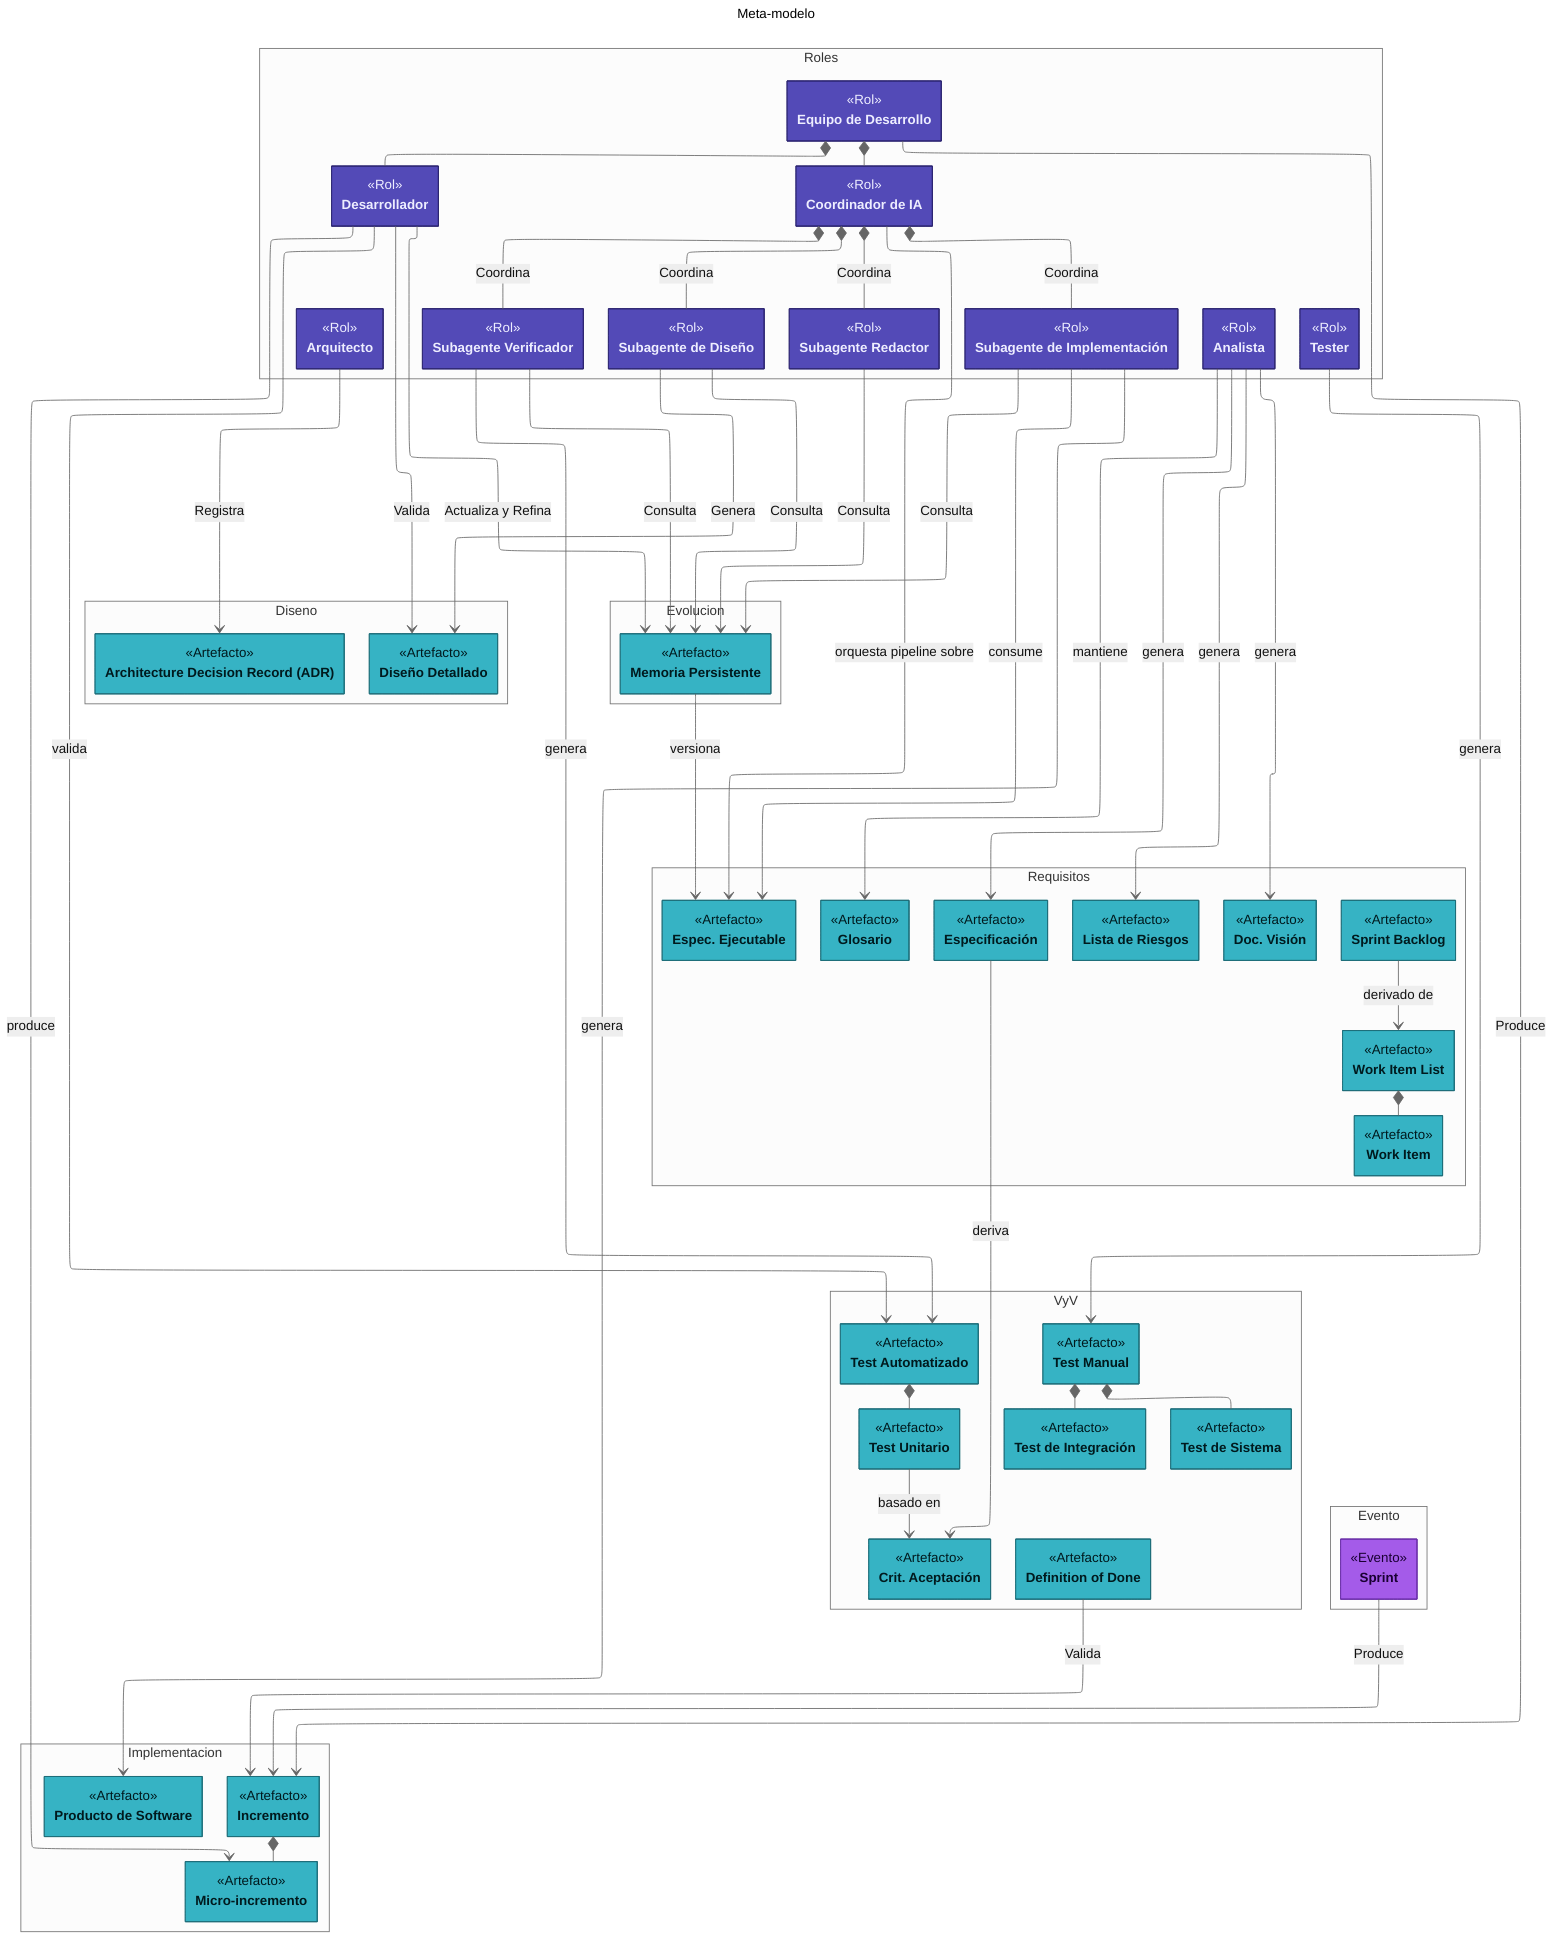
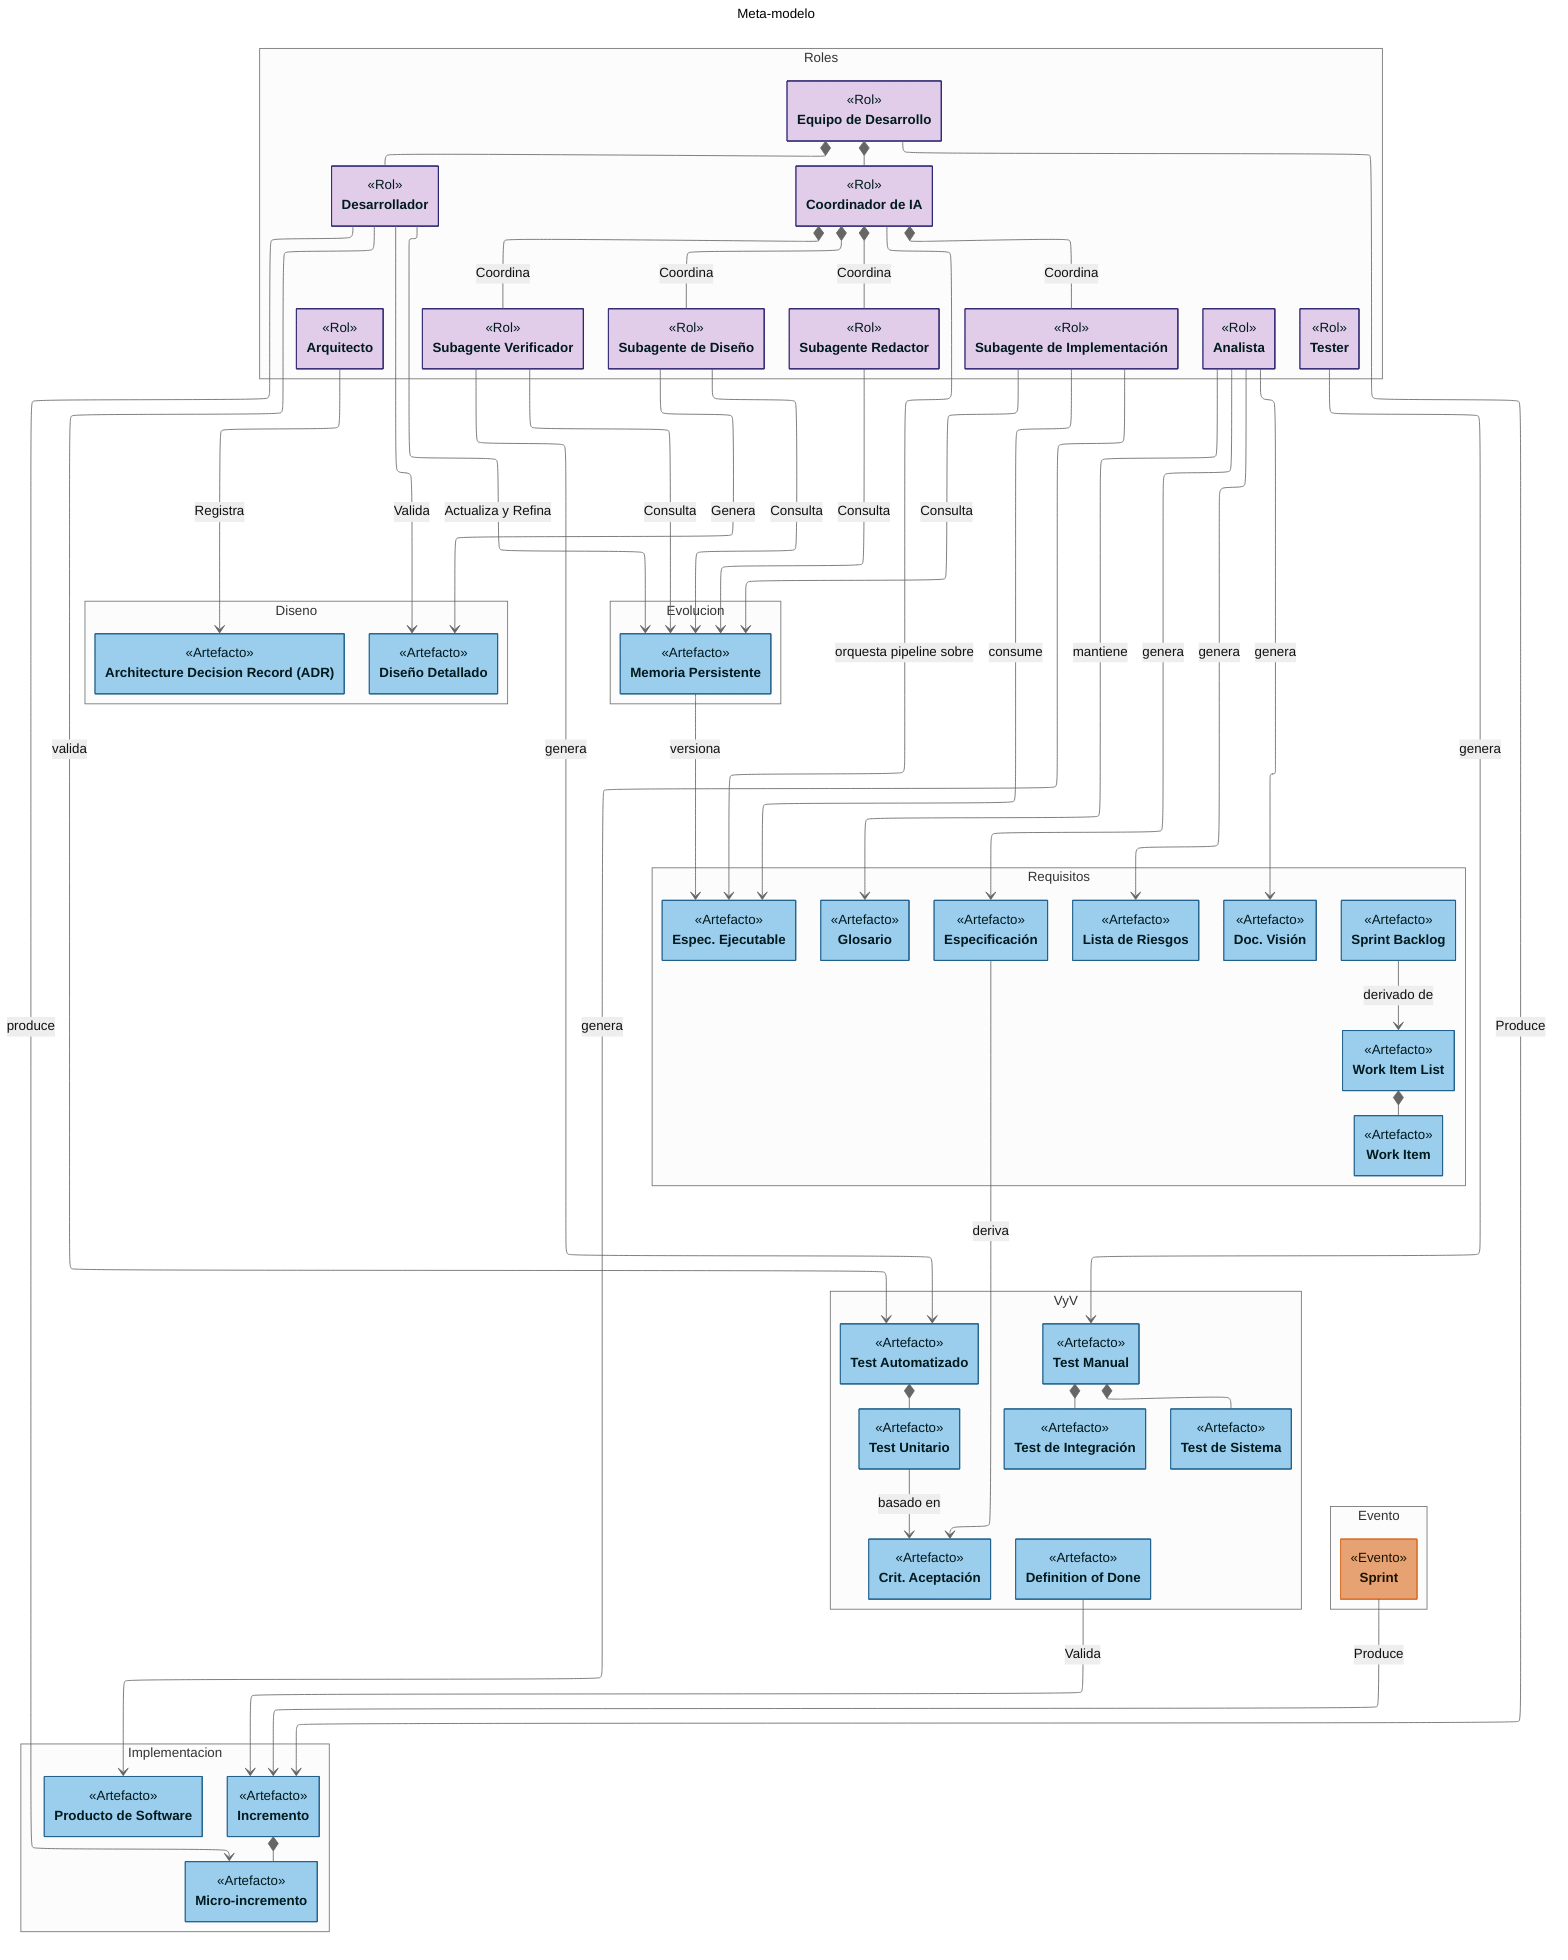
---
config:
    layout: elk
    class:
        hideEmptyMembersBox: true
    theme: neutral
title: Meta-modelo
---
classDiagram

namespace Roles {
    class Arquitecto["Arquitecto"]:::rol {
        <<Rol>>
    }

    class SubDis["Subagente de Diseño"]:::rol {
        <<Rol>>
    }

    class SubVer["Subagente Verificador"]:::rol {
        <<Rol>>
    }

    class SubImp["Subagente de Implementación"]:::rol {
        <<Rol>>
    }

    class SubRed["Subagente Redactor"]:::rol {
        <<Rol>>
    }

    class CoordinadorIA["Coordinador de IA"]:::rol {
        <<Rol>>
    }

    class Analista["Analista"]:::rol {
        <<Rol>>
    }

    class Desarrollador["Desarrollador"]:::rol {
        <<Rol>>
    }

    class Tester["Tester"]:::rol {
        <<Rol>>
    }

    class EquipoDesarrollo["Equipo de Desarrollo"]:::rol {
        <<Rol>>
    }
}

EquipoDesarrollo *-- Desarrollador
EquipoDesarrollo *-- CoordinadorIA
CoordinadorIA *-- SubVer : Coordina
CoordinadorIA *-- SubDis : Coordina
CoordinadorIA *-- SubImp : Coordina
CoordinadorIA *-- SubRed : Coordina

namespace Diseno {
    class ADR["Architecture Decision Record (ADR)"]:::artefacto {
        <<Artefacto>>
    }
    class DisenoDetallado["Diseño Detallado"]:::artefacto {
        <<Artefacto>>
    }
}

namespace Evolucion {
    class MemoriaPersistente["Memoria Persistente"]:::artefacto {
        <<Artefacto>>
    }
}

namespace Requisitos {
    class Glosario["Glosario"]:::artefacto {
        <<Artefacto>>
    }
    class ListaRiesgos["Lista de Riesgos"]:::artefacto {
        <<Artefacto>>
    }
    class DocVision["Doc. Visión"]:::artefacto {
        <<Artefacto>>
    }
    class EspecEjecutable["Espec. Ejecutable"]:::artefacto {
        <<Artefacto>>
    }
    class SprintBacklog["Sprint Backlog"]:::artefacto {
        <<Artefacto>>
    }
    class WorkItemList["Work Item List"]:::artefacto {
        <<Artefacto>>
    }
    class WorkItem["Work Item"]:::artefacto {
        <<Artefacto>>
    }
    class Especificacion["Especificación"]:::artefacto {
        <<Artefacto>>
    }
}

WorkItemList *-- WorkItem

namespace VyV {
    class TestAutomatizado["Test Automatizado"]:::artefacto {
        <<Artefacto>>
    }

    class TestUnitario["Test Unitario"]:::artefacto {
        <<Artefacto>>
    }

    class TestManual["Test Manual"]:::artefacto {
        <<Artefacto>>
    }

    class TestSistema["Test de Sistema"]:::artefacto {
        <<Artefacto>>
    }

    class TestIntegracion["Test de Integración"]:::artefacto {
        <<Artefacto>>
    }

    class DoD["Definition of Done"]:::artefacto {
        <<Artefacto>>
    }

    class CriteriosAceptacion["Crit. Aceptación"]:::artefacto {
        <<Artefacto>>
    }
}

TestAutomatizado *-- TestUnitario
TestManual *-- TestIntegracion
TestManual *-- TestSistema

namespace Implementacion {
    class MicroIncremento["Micro-incremento"]:::artefacto {
        <<Artefacto>>
    }
    class Incremento["Incremento"]:::artefacto {
        <<Artefacto>>
    }
    class ProductoSoftware["Producto de Software"]:::artefacto {
        <<Artefacto>>
    }
}

Incremento *-- MicroIncremento

namespace Evento {
    class Sprint["Sprint"]:::evento {
        <<Evento>>
    }
}

%% === RELACIONES ===
Arquitecto --> ADR : Registra
SubDis --> DisenoDetallado : Genera
Desarrollador --> DisenoDetallado : Valida

Desarrollador --> MemoriaPersistente : Actualiza y Refina
SubDis --> MemoriaPersistente : Consulta
SubVer --> MemoriaPersistente : Consulta
SubRed --> MemoriaPersistente : Consulta
SubImp --> MemoriaPersistente : Consulta

EquipoDesarrollo --> Incremento : Produce
Sprint --> Incremento : Produce
DoD --> Incremento : Valida

Analista --> ListaRiesgos : genera
Analista --> DocVision : genera
Analista --> Especificacion : genera
Analista --> Glosario : mantiene
SubImp --> EspecEjecutable : consume
SubImp --> ProductoSoftware : genera
SubVer --> TestAutomatizado : genera
Desarrollador --> TestAutomatizado : valida
Tester --> TestManual : genera
Desarrollador --> MicroIncremento : produce
CoordinadorIA --> EspecEjecutable : orquesta pipeline sobre
Especificacion --> CriteriosAceptacion : deriva
TestUnitario --> CriteriosAceptacion : basado en
MemoriaPersistente --> EspecEjecutable : versiona
SprintBacklog --> WorkItemList : derivado de


classDef proceso fill:#3d3d3a,stroke:#2C2C2A,color:#F1EFE8
- classDef fase fill:#c4a336,stroke:#8a6f1f,color:#1a1400
- classDef disciplina fill:#c47b36,stroke:#7a4a1d,color:#1a0f00
- classDef evento fill:#a45be9,stroke:#6a2fa8,color:#1a0033
- classDef rol fill:#534AB7,stroke:#2c2570,color:#eeeeff
- classDef artefacto fill:#36b3c4,stroke:#1d6e7a,color:#001a1e+ classDef fase fill:#A2D9CE,stroke:#0E6655,color:#1a0033
+ classDef disciplina fill:#F9E79F,stroke:#C5A00D,color:#1a0f00
+ classDef evento fill:#E7A274,stroke:#D96E26,color:#1a1400
+ classDef rol fill:#E1CDE9,stroke:#2c2570,color:#001a1e
+ classDef artefacto fill: #9BCDED,stroke:#21618C,color:#001a1e